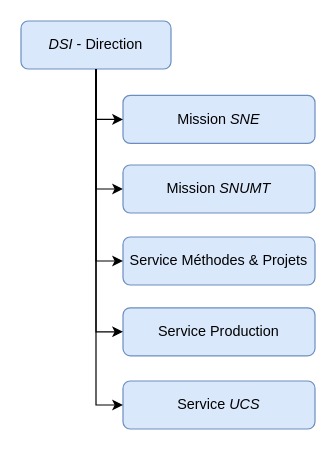
Above: organigrammes/DSI - main.drawio in GeeHB/diagrammes (draw.io), before the change. Source tidied: cells renumbered, new cells numbered last; positions are measured from the earlier drawing's top-left corner, leaving out a move shared by most shapes. Both pictures are drawn from the tidied source at 120%, with x=0, y=0 at pixel (20, 20).
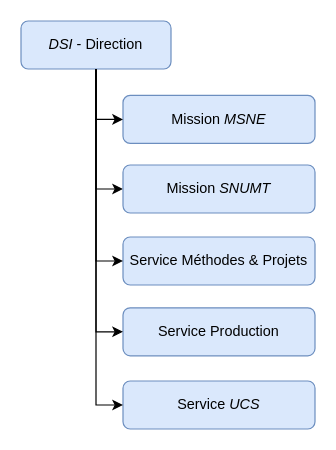
The same page after the edit.

Commit message:
Mettre à jour DSI - main.drawio

Change to the diagram source:
```diff
@@
 <mxGraphModel>
   <root>
     <mxCell id="0" />
     <mxCell id="1" parent="0" />
     <mxCell id="2" style="edgeStyle=orthogonalEdgeStyle;rounded=0;jettySize=auto;html=1;exitX=0.5;exitY=1;exitDx=0;exitDy=0;entryX=0;entryY=0.5;entryDx=0;entryDy=0;" parent="1" edge="1" source="3" target="4">
       <mxGeometry relative="1" as="geometry" />
     </mxCell>
     <mxCell id="3" value="&lt;i&gt;DSI&lt;/i&gt; - Direction" style="rounded=1;whiteSpace=wrap;html=1;fillColor=#dae8fc;strokeColor=#6c8ebf;" parent="1" vertex="1">
       <mxGeometry width="125" height="40" as="geometry" />
     </mxCell>
     <mxCell id="4" value="Mission &lt;i&gt;SNUMT&lt;/i&gt;" style="whiteSpace=wrap;html=1;fillColor=#dae8fc;strokeColor=#6c8ebf;rounded=1;" parent="1" vertex="1">
       <mxGeometry x="85" y="120" width="160" height="40" as="geometry" />
     </mxCell>
-    <mxCell id="5" value="Mission &lt;i&gt;SNE&lt;/i&gt;" style="whiteSpace=wrap;html=1;fillColor=#dae8fc;strokeColor=#6c8ebf;rounded=1;" parent="1" vertex="1">
+    <mxCell id="5" value="Mission &lt;i&gt;MSNE&lt;/i&gt;" style="whiteSpace=wrap;html=1;fillColor=#dae8fc;strokeColor=#6c8ebf;rounded=1;" parent="1" vertex="1">
       <mxGeometry x="85" y="62" width="160" height="40" as="geometry" />
     </mxCell>
     <mxCell id="6" style="edgeStyle=orthogonalEdgeStyle;rounded=0;jettySize=auto;html=1;exitX=0.5;exitY=1;exitDx=0;exitDy=0;entryX=0;entryY=0.5;entryDx=0;entryDy=0;" parent="1" edge="1" source="3" target="5">
       <mxGeometry relative="1" as="geometry" />
     </mxCell>
     <mxCell id="7" value="Service Méthodes &amp;amp; Projets" style="whiteSpace=wrap;html=1;fillColor=#dae8fc;strokeColor=#6c8ebf;rounded=1;" parent="1" vertex="1">
       <mxGeometry x="85" y="180" width="160" height="40" as="geometry" />
     </mxCell>
     <mxCell id="8" style="edgeStyle=orthogonalEdgeStyle;rounded=0;jettySize=auto;html=1;exitX=0.5;exitY=1;exitDx=0;exitDy=0;entryX=0;entryY=0.5;entryDx=0;entryDy=0;" parent="1" edge="1" source="3" target="7">
       <mxGeometry relative="1" as="geometry" />
     </mxCell>
     <mxCell id="9" value="Service Production" style="whiteSpace=wrap;html=1;fillColor=#dae8fc;strokeColor=#6c8ebf;rounded=1;" parent="1" vertex="1">
       <mxGeometry x="85" y="239" width="160" height="40" as="geometry" />
     </mxCell>
     <mxCell id="10" value="Service &lt;i&gt;UCS&lt;/i&gt;" style="whiteSpace=wrap;html=1;fillColor=#dae8fc;strokeColor=#6c8ebf;rounded=1;" parent="1" vertex="1">
       <mxGeometry x="85" y="300" width="160" height="40" as="geometry" />
     </mxCell>
     <mxCell id="11" style="edgeStyle=orthogonalEdgeStyle;rounded=0;jettySize=auto;html=1;exitX=0.5;exitY=1;exitDx=0;exitDy=0;entryX=0;entryY=0.5;entryDx=0;entryDy=0;" parent="1" edge="1" source="3" target="9">
       <mxGeometry relative="1" as="geometry" />
     </mxCell>
     <mxCell id="12" style="edgeStyle=orthogonalEdgeStyle;rounded=0;jettySize=auto;html=1;exitX=0.5;exitY=1;exitDx=0;exitDy=0;entryX=0;entryY=0.5;entryDx=0;entryDy=0;" parent="1" edge="1" source="3" target="10">
       <mxGeometry relative="1" as="geometry" />
     </mxCell>
   </root>
 </mxGraphModel>
```
